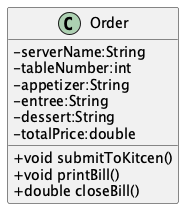
This is chapter-4-classes/images/OrderDiagram.png from timmcmichael/skimpy-oop, a PlantUML export, as it was before one commit. The source it was exported from:
```plantuml
@startuml
skinparam classAttributeIconSize 0
class Order {
   -serverName:String
   -tableNumber:int
   -appetizer:String
   -entree:String
   -dessert:String
   -totalPrice:double
   +void submitToKitcen()
   +void printBill()
   +double closeBill()
}
@enduml
```
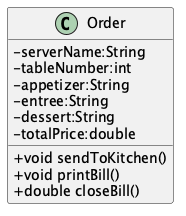
Above is the later version.

The edit, as a diff of the source:
```diff
@@ -7,7 +7,7 @@
    -entree:String
    -dessert:String
    -totalPrice:double
-   +void submitToKitcen()
+   +void sendToKitchen()
    +void printBill()
    +double closeBill()
 }
```
